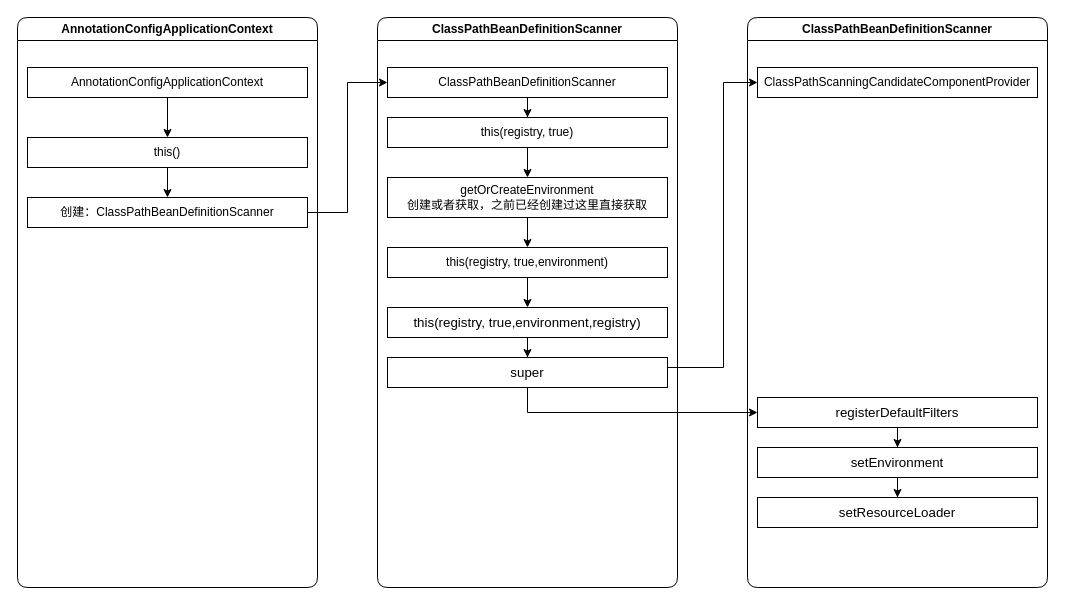
myliwenbo/Springboot keeps this draw.io diagram as spring-初始-3-ClassPathBeanDefinitionScanner.drawio. Above is the earlier version. Source tidied: cells renumbered, new cells numbered last; positions are measured from the earlier drawing's top-left corner, leaving out a move shared by most shapes. Both pictures are drawn from the tidied source at 100%, with x=0, y=0 at pixel (17, 17).
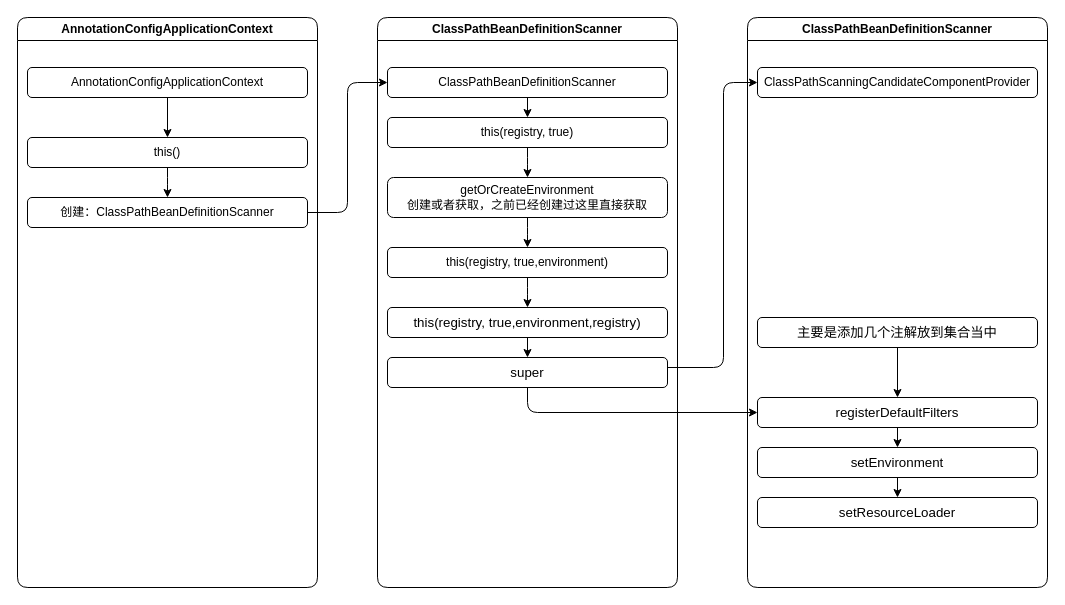
Above is the later version.

Diff of the diagram source:
```diff
@@
-    <mxCell id="2" value="AnnotationConfigApplicationContext" style="swimlane;whiteSpace=wrap;swimlaneFillColor=#ffffff;rounded=1;glass=0;shadow=0;sketch=0;" parent="1" vertex="1">
+    <mxCell id="2" value="AnnotationConfigApplicationContext" style="swimlane;whiteSpace=wrap;swimlaneFillColor=#ffffff;glass=0;shadow=0;rounded=1;" parent="1" vertex="1">
       <mxGeometry width="300" height="570" as="geometry" />
     </mxCell>
-    <mxCell id="3" value="AnnotationConfigApplicationContext" style="rounded=0;whiteSpace=wrap;html=1;" parent="2" vertex="1">
+    <mxCell id="3" value="AnnotationConfigApplicationContext" style="whiteSpace=wrap;html=1;rounded=1;" parent="2" vertex="1">
       <mxGeometry x="10" y="50" width="280" height="30" as="geometry" />
     </mxCell>
-    <mxCell id="4" value="this()" style="rounded=0;whiteSpace=wrap;html=1;" parent="2" vertex="1">
+    <mxCell id="4" value="this()" style="whiteSpace=wrap;html=1;rounded=1;" parent="2" vertex="1">
       <mxGeometry x="10" y="120" width="280" height="30" as="geometry" />
     </mxCell>
-    <mxCell id="5" style="edgeStyle=orthogonalEdgeStyle;rounded=0;jettySize=auto;html=1;" parent="2" edge="1" source="3" target="4">
+    <mxCell id="5" style="edgeStyle=orthogonalEdgeStyle;jettySize=auto;html=1;" parent="2" edge="1" source="3" target="4">
       <mxGeometry relative="1" as="geometry" />
     </mxCell>
-    <mxCell id="6" value="创建：ClassPathBeanDefinitionScanner" style="rounded=0;whiteSpace=wrap;html=1;" parent="2" vertex="1">
+    <mxCell id="6" value="创建：ClassPathBeanDefinitionScanner" style="whiteSpace=wrap;html=1;rounded=1;" parent="2" vertex="1">
       <mxGeometry x="10" y="180" width="280" height="30" as="geometry" />
     </mxCell>
-    <mxCell id="7" style="edgeStyle=orthogonalEdgeStyle;rounded=0;jettySize=auto;html=1;" parent="2" edge="1" source="4" target="6">
+    <mxCell id="7" style="edgeStyle=orthogonalEdgeStyle;jettySize=auto;html=1;" parent="2" edge="1" source="4" target="6">
       <mxGeometry relative="1" as="geometry" />
     </mxCell>
-    <mxCell id="8" value="ClassPathBeanDefinitionScanner" style="swimlane;whiteSpace=wrap;swimlaneFillColor=#ffffff;rounded=1;glass=0;shadow=0;sketch=0;" parent="1" vertex="1">
+    <mxCell id="8" value="ClassPathBeanDefinitionScanner" style="swimlane;whiteSpace=wrap;swimlaneFillColor=#ffffff;glass=0;shadow=0;rounded=1;" parent="1" vertex="1">
       <mxGeometry x="360" width="300" height="570" as="geometry" />
     </mxCell>
-    <mxCell id="9" value="ClassPathBeanDefinitionScanner" style="rounded=0;whiteSpace=wrap;html=1;" parent="8" vertex="1">
+    <mxCell id="9" value="ClassPathBeanDefinitionScanner" style="whiteSpace=wrap;html=1;rounded=1;" parent="8" vertex="1">
       <mxGeometry x="10" y="50" width="280" height="30" as="geometry" />
     </mxCell>
-    <mxCell id="10" value="this(registry, true)" style="rounded=0;whiteSpace=wrap;html=1;align=center;" parent="8" vertex="1">
+    <mxCell id="10" value="this(registry, true)" style="whiteSpace=wrap;html=1;align=center;rounded=1;" parent="8" vertex="1">
       <mxGeometry x="10" y="100" width="280" height="30" as="geometry" />
     </mxCell>
-    <mxCell id="11" style="edgeStyle=orthogonalEdgeStyle;rounded=0;jettySize=auto;html=1;" parent="8" edge="1" source="9" target="10">
+    <mxCell id="11" style="edgeStyle=orthogonalEdgeStyle;jettySize=auto;html=1;" parent="8" edge="1" source="9" target="10">
       <mxGeometry relative="1" as="geometry" />
     </mxCell>
-    <mxCell id="12" value="this(registry, true,environment)" style="rounded=0;whiteSpace=wrap;html=1;align=center;" parent="8" vertex="1">
+    <mxCell id="12" value="this(registry, true,environment)" style="whiteSpace=wrap;html=1;align=center;rounded=1;" parent="8" vertex="1">
       <mxGeometry x="10" y="230" width="280" height="30" as="geometry" />
     </mxCell>
-    <mxCell id="13" style="edgeStyle=orthogonalEdgeStyle;rounded=0;jettySize=auto;html=1;" parent="8" edge="1" source="14" target="12">
+    <mxCell id="13" style="edgeStyle=orthogonalEdgeStyle;jettySize=auto;html=1;" parent="8" edge="1" source="14" target="12">
       <mxGeometry relative="1" as="geometry" />
     </mxCell>
-    <mxCell id="14" value="getOrCreateEnvironment&lt;br&gt;创建或者获取，之前已经创建过这里直接获取" style="rounded=0;whiteSpace=wrap;html=1;align=center;" parent="8" vertex="1">
+    <mxCell id="14" value="getOrCreateEnvironment&lt;br&gt;创建或者获取，之前已经创建过这里直接获取" style="whiteSpace=wrap;html=1;align=center;rounded=1;" parent="8" vertex="1">
       <mxGeometry x="10" y="160" width="280" height="40" as="geometry" />
     </mxCell>
-    <mxCell id="15" style="edgeStyle=orthogonalEdgeStyle;rounded=0;jettySize=auto;html=1;" parent="8" edge="1" source="10" target="14">
+    <mxCell id="15" style="edgeStyle=orthogonalEdgeStyle;jettySize=auto;html=1;" parent="8" edge="1" source="10" target="14">
       <mxGeometry relative="1" as="geometry" />
     </mxCell>
-    <mxCell id="16" value="&lt;span style=&quot;font-size: 13.3333px&quot;&gt;this(registry, true,environment,&lt;/span&gt;&lt;span style=&quot;font-size: 13.3333px&quot;&gt;registry&lt;/span&gt;&lt;span style=&quot;font-size: 13.3333px&quot;&gt;)&lt;/span&gt;" style="rounded=0;whiteSpace=wrap;html=1;align=center;" parent="8" vertex="1">
+    <mxCell id="16" value="&lt;span style=&quot;font-size: 13.3333px&quot;&gt;this(registry, true,environment,&lt;/span&gt;&lt;span style=&quot;font-size: 13.3333px&quot;&gt;registry&lt;/span&gt;&lt;span style=&quot;font-size: 13.3333px&quot;&gt;)&lt;/span&gt;" style="whiteSpace=wrap;html=1;align=center;rounded=1;" parent="8" vertex="1">
       <mxGeometry x="10" y="290" width="280" height="30" as="geometry" />
     </mxCell>
-    <mxCell id="17" style="edgeStyle=orthogonalEdgeStyle;rounded=0;jettySize=auto;html=1;" parent="8" edge="1" source="12" target="16">
+    <mxCell id="17" style="edgeStyle=orthogonalEdgeStyle;jettySize=auto;html=1;" parent="8" edge="1" source="12" target="16">
       <mxGeometry relative="1" as="geometry" />
     </mxCell>
-    <mxCell id="18" value="&lt;span style=&quot;font-size: 13.3333px&quot;&gt;super&lt;/span&gt;" style="rounded=0;whiteSpace=wrap;html=1;align=center;" parent="8" vertex="1">
+    <mxCell id="18" value="&lt;span style=&quot;font-size: 13.3333px&quot;&gt;super&lt;/span&gt;" style="whiteSpace=wrap;html=1;align=center;rounded=1;" parent="8" vertex="1">
       <mxGeometry x="10" y="340" width="280" height="30" as="geometry" />
     </mxCell>
-    <mxCell id="19" style="edgeStyle=orthogonalEdgeStyle;rounded=0;jettySize=auto;html=1;" parent="8" edge="1" source="16" target="18">
+    <mxCell id="19" style="edgeStyle=orthogonalEdgeStyle;jettySize=auto;html=1;" parent="8" edge="1" source="16" target="18">
       <mxGeometry relative="1" as="geometry" />
     </mxCell>
-    <mxCell id="20" style="edgeStyle=orthogonalEdgeStyle;rounded=0;jettySize=auto;html=1;entryX=0;entryY=0.5;entryDx=0;entryDy=0;" parent="1" edge="1" source="6" target="9">
+    <mxCell id="20" style="edgeStyle=orthogonalEdgeStyle;jettySize=auto;html=1;entryX=0;entryY=0.5;entryDx=0;entryDy=0;" parent="1" edge="1" source="6" target="9">
       <mxGeometry relative="1" as="geometry" />
     </mxCell>
-    <mxCell id="21" value="ClassPathBeanDefinitionScanner" style="swimlane;whiteSpace=wrap;swimlaneFillColor=#ffffff;rounded=1;glass=0;shadow=0;sketch=0;" parent="1" vertex="1">
+    <mxCell id="21" value="ClassPathBeanDefinitionScanner" style="swimlane;whiteSpace=wrap;swimlaneFillColor=#ffffff;glass=0;shadow=0;rounded=1;" parent="1" vertex="1">
       <mxGeometry x="730" width="300" height="570" as="geometry" />
     </mxCell>
-    <mxCell id="22" value="ClassPathScanningCandidateComponentProvider" style="rounded=0;whiteSpace=wrap;html=1;" parent="21" vertex="1">
+    <mxCell id="22" value="ClassPathScanningCandidateComponentProvider" style="whiteSpace=wrap;html=1;rounded=1;" parent="21" vertex="1">
       <mxGeometry x="10" y="50" width="280" height="30" as="geometry" />
     </mxCell>
-    <mxCell id="23" value="&lt;span style=&quot;font-size: 13.3333px&quot;&gt;registerDefaultFilters&lt;/span&gt;" style="rounded=0;whiteSpace=wrap;html=1;align=center;" parent="21" vertex="1">
+    <mxCell id="23" value="&lt;span style=&quot;font-size: 13.3333px&quot;&gt;registerDefaultFilters&lt;/span&gt;" style="whiteSpace=wrap;html=1;align=center;rounded=1;" parent="21" vertex="1">
       <mxGeometry x="10" y="380" width="280" height="30" as="geometry" />
     </mxCell>
-    <mxCell id="24" value="&lt;span style=&quot;font-size: 13.3333px&quot;&gt;setEnvironment&lt;/span&gt;" style="rounded=0;whiteSpace=wrap;html=1;align=center;" parent="21" vertex="1">
+    <mxCell id="24" value="&lt;span style=&quot;font-size: 13.3333px&quot;&gt;setEnvironment&lt;/span&gt;" style="whiteSpace=wrap;html=1;align=center;rounded=1;" parent="21" vertex="1">
       <mxGeometry x="10" y="430" width="280" height="30" as="geometry" />
     </mxCell>
-    <mxCell id="25" style="edgeStyle=orthogonalEdgeStyle;rounded=0;jettySize=auto;html=1;" parent="21" edge="1" source="23" target="24">
+    <mxCell id="25" style="edgeStyle=orthogonalEdgeStyle;jettySize=auto;html=1;" parent="21" edge="1" source="23" target="24">
       <mxGeometry relative="1" as="geometry" />
     </mxCell>
-    <mxCell id="26" value="&lt;span style=&quot;font-size: 13.3333px&quot;&gt;setResourceLoader&lt;/span&gt;" style="rounded=0;whiteSpace=wrap;html=1;align=center;" parent="21" vertex="1">
+    <mxCell id="26" value="&lt;span style=&quot;font-size: 13.3333px&quot;&gt;setResourceLoader&lt;/span&gt;" style="whiteSpace=wrap;html=1;align=center;rounded=1;" parent="21" vertex="1">
       <mxGeometry x="10" y="480" width="280" height="30" as="geometry" />
     </mxCell>
-    <mxCell id="27" style="edgeStyle=orthogonalEdgeStyle;rounded=0;jettySize=auto;html=1;" parent="21" edge="1" source="24" target="26">
+    <mxCell id="27" style="edgeStyle=orthogonalEdgeStyle;jettySize=auto;html=1;" parent="21" edge="1" source="24" target="26">
       <mxGeometry relative="1" as="geometry" />
     </mxCell>
+    <mxCell id="30" style="edgeStyle=orthogonalEdgeStyle;rounded=0;jettySize=auto;html=1;" parent="21" edge="1" source="31" target="23">
+      <mxGeometry relative="1" as="geometry" />
+    </mxCell>
+    <mxCell id="31" value="&lt;span style=&quot;font-size: 13.3333px&quot;&gt;主要是添加几个注解放到集合当中&lt;/span&gt;" style="whiteSpace=wrap;html=1;align=center;rounded=1;" parent="21" vertex="1">
+      <mxGeometry x="10" y="300" width="280" height="30" as="geometry" />
+    </mxCell>
-    <mxCell id="28" style="edgeStyle=orthogonalEdgeStyle;rounded=0;jettySize=auto;html=1;entryX=0;entryY=0.5;entryDx=0;entryDy=0;" parent="1" edge="1" source="18" target="22">
+    <mxCell id="28" style="edgeStyle=orthogonalEdgeStyle;jettySize=auto;html=1;entryX=0;entryY=0.5;entryDx=0;entryDy=0;" parent="1" edge="1" source="18" target="22">
       <mxGeometry relative="1" as="geometry">
         <Array as="points">
           <mxPoint x="706" y="350" />
           <mxPoint x="706" y="65" />
         </Array>
       </mxGeometry>
     </mxCell>
-    <mxCell id="29" style="edgeStyle=orthogonalEdgeStyle;rounded=0;jettySize=auto;html=1;entryX=0;entryY=0.5;entryDx=0;entryDy=0;exitX=0.5;exitY=1;exitDx=0;exitDy=0;" parent="1" edge="1" source="18" target="23">
+    <mxCell id="29" style="edgeStyle=orthogonalEdgeStyle;jettySize=auto;html=1;entryX=0;entryY=0.5;entryDx=0;entryDy=0;exitX=0.5;exitY=1;exitDx=0;exitDy=0;" parent="1" edge="1" source="18" target="23">
       <mxGeometry relative="1" as="geometry" />
     </mxCell>
```
